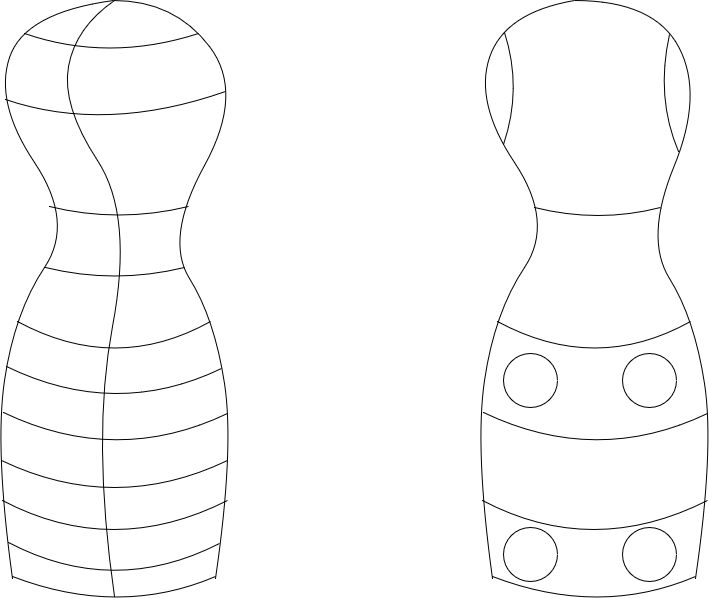
adamski83/sklep keeps this draw.io diagram as Diagram bez tytułu4.png. Above is the earlier version. Source tidied: cells renumbered, new cells last; positions are measured from the earlier drawing's top-left corner, leaving out a move shared by most shapes.
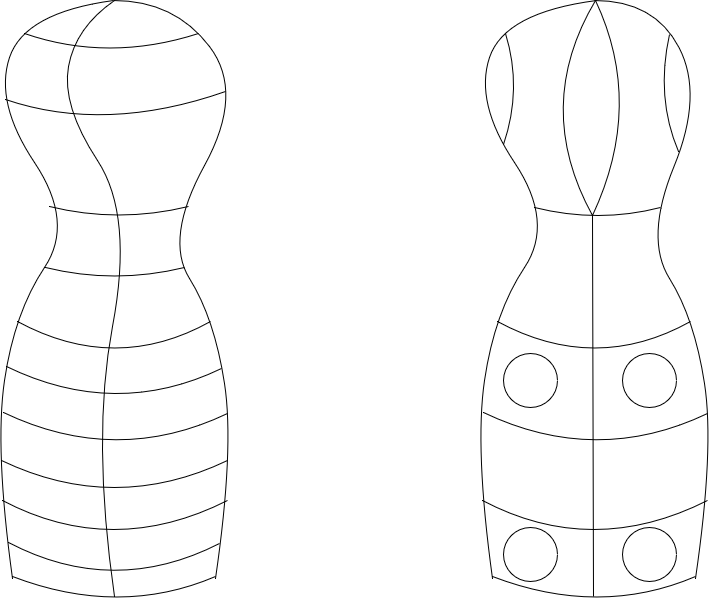
After the change.

Change to the diagram source:
```diff
@@ -76,7 +76,7 @@
     <mxCell id="9" style="endArrow=none;html=1;strokeColor=#000000;strokeWidth=1;curved=1;" parent="1" edge="1">
       <mxGeometry relative="1" as="geometry">
         <mxPoint x="701" y="578" as="sourcePoint" />
-        <mxPoint x="580" as="targetPoint" />
+        <mxPoint x="600" as="targetPoint" />
         <Array as="points">
           <mxPoint x="720" y="448" />
           <mxPoint x="700" y="318" />
@@ -89,7 +89,7 @@
     <mxCell id="10" style="endArrow=none;html=1;strokeColor=#000000;strokeWidth=1;curved=1;" parent="1" edge="1">
       <mxGeometry relative="1" as="geometry">
         <mxPoint x="498" y="578" as="sourcePoint" />
-        <mxPoint x="580" as="targetPoint" />
+        <mxPoint x="602" as="targetPoint" />
         <Array as="points">
           <mxPoint x="480" y="448" />
           <mxPoint x="500" y="312" />
@@ -224,7 +224,7 @@
     </mxCell>
     <mxCell id="27" style="endArrow=none;html=1;strokeColor=#000000;strokeWidth=1;fontSize=20;curved=1;" parent="1" edge="1">
       <mxGeometry relative="1" as="geometry">
-        <mxPoint x="510" y="32" as="sourcePoint" />
+        <mxPoint x="511" y="33" as="sourcePoint" />
         <mxPoint x="509" y="144" as="targetPoint" />
         <Array as="points">
           <mxPoint x="528" y="88" />
@@ -240,5 +240,29 @@
         </Array>
       </mxGeometry>
     </mxCell>
+    <mxCell id="29" style="endArrow=none;html=1;strokeColor=#000000;strokeWidth=1;fontSize=20;" parent="1" edge="1">
+      <mxGeometry relative="1" as="geometry">
+        <mxPoint x="599" y="596" as="sourcePoint" />
+        <mxPoint x="598" y="214" as="targetPoint" />
+      </mxGeometry>
+    </mxCell>
+    <mxCell id="30" style="endArrow=none;html=1;strokeColor=#000000;strokeWidth=1;fontSize=20;curved=1;" parent="1" edge="1">
+      <mxGeometry relative="1" as="geometry">
+        <mxPoint x="598" y="215" as="sourcePoint" />
+        <mxPoint x="601" as="targetPoint" />
+        <Array as="points">
+          <mxPoint x="538" y="106" />
+        </Array>
+      </mxGeometry>
+    </mxCell>
+    <mxCell id="31" style="endArrow=none;html=1;strokeColor=#000000;strokeWidth=1;fontSize=20;curved=1;" parent="1" edge="1">
+      <mxGeometry relative="1" as="geometry">
+        <mxPoint x="598" y="215" as="sourcePoint" />
+        <mxPoint x="601" as="targetPoint" />
+        <Array as="points">
+          <mxPoint x="650" y="104" />
+        </Array>
+      </mxGeometry>
+    </mxCell>
   </root>
 </mxGraphModel>
```
